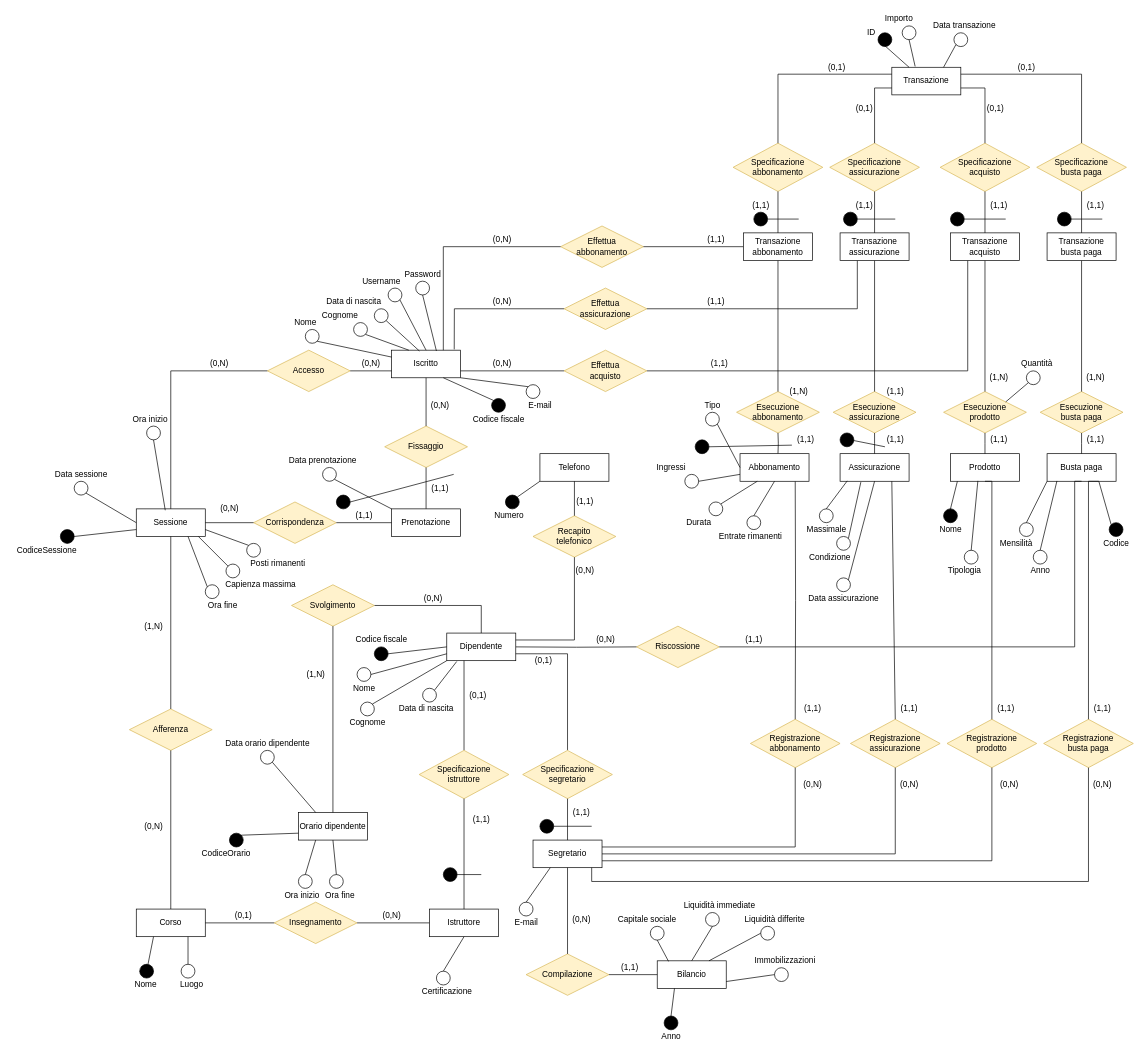
Above: Diagrammi ER/ER_ristrutturato.drawio in DavideNunin/anconarockclimb (draw.io), before the change. Source tidied: cells renumbered, new cells numbered last; positions are measured from the earlier drawing's top-left corner, leaving out a move shared by most shapes. Both pictures are drawn from the tidied source at 69%, with x=0, y=0 at pixel (12, 12).
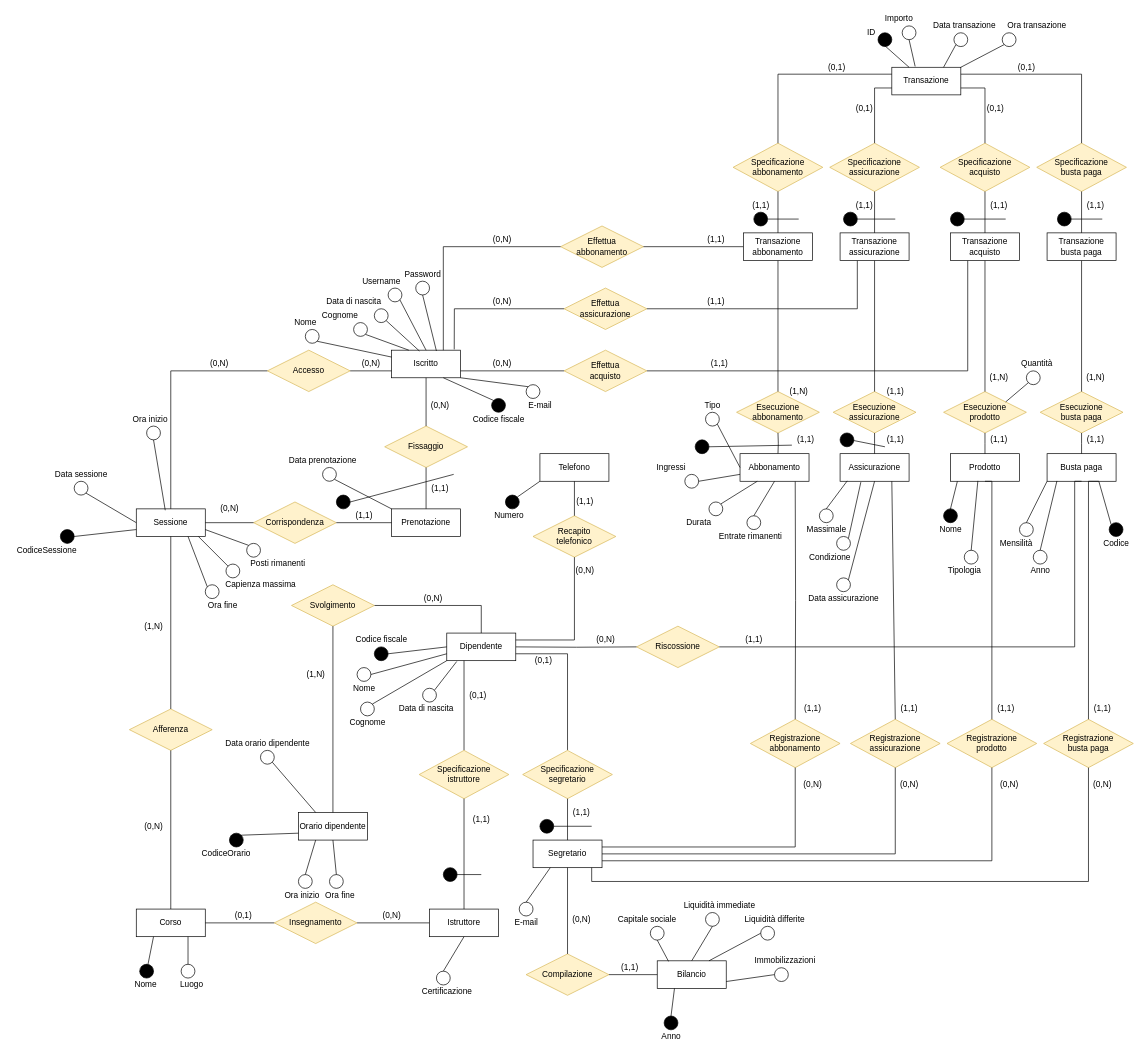
The same page after the edit.

Commit message (it also covers changes not shown here):
aggiunta data transazione

Unchanged cells that the change refers to:
```xml
<mxCell id="163" value="Transazione" style="whiteSpace=wrap;html=1;align=center;" parent="1" vertex="1">
  <mxGeometry x="1275" y="80" width="100" height="40" as="geometry" />
</mxCell>
```

The edit, as a diff of the source:
```diff
@@
+    <mxCell id="315" style="ellipse;whiteSpace=wrap;html=1;glass=0;" parent="1" vertex="1">
+      <mxGeometry x="1435" y="30" width="20" height="20" as="geometry" />
+    </mxCell>
+    <mxCell id="316" style="endArrow=none;html=1;rounded=0;exitX=1;exitY=0;exitDx=0;exitDy=0;entryX=0;entryY=1;entryDx=0;entryDy=0;" parent="1" edge="1" source="163" target="315">
+      <mxGeometry relative="1" as="geometry" />
+    </mxCell>
+    <mxCell id="317" value="Ora transazione" style="text;html=1;align=center;verticalAlign=middle;strokeColor=none;fillColor=none;" parent="1" vertex="1">
+      <mxGeometry x="1435" y="10" width="100" height="20" as="geometry" />
+    </mxCell>
```
